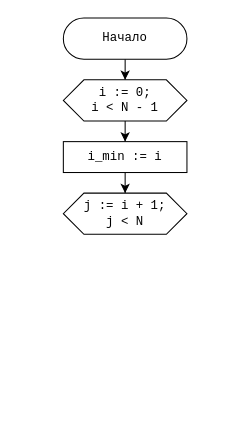
Before: lab_06_1_selection-sort.drawio in 4gottendreamer/Diagrams-drawio, a draw.io diagram. Source tidied: cells renumbered, new cells numbered last; positions are measured from the earlier drawing's top-left corner, leaving out a move shared by most shapes. Both pictures are drawn from the tidied source at 103%, with x=0, y=0 at pixel (63, 18).
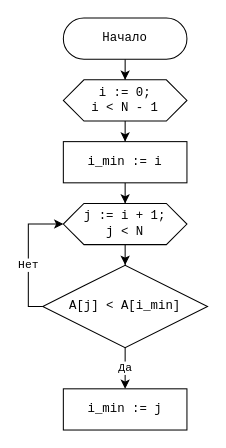
Above is the later version.

What changed in the source:
```diff
@@
 <mxGraphModel>
   <root>
     <mxCell id="0" />
     <mxCell id="1" parent="0" />
     <mxCell id="2" style="edgeStyle=orthogonalEdgeStyle;rounded=0;jettySize=auto;html=1;fontFamily=Consolas;" parent="1" edge="1" source="3" target="5">
       <mxGeometry relative="1" as="geometry" />
     </mxCell>
     <mxCell id="3" value="Начало" style="rounded=1;whiteSpace=wrap;html=1;arcSize=50;fontFamily=Consolas;" parent="1" vertex="1">
       <mxGeometry width="120" height="40" as="geometry" />
     </mxCell>
     <mxCell id="4" style="edgeStyle=orthogonalEdgeStyle;rounded=0;jettySize=auto;html=1;fontFamily=Consolas;" parent="1" edge="1" source="5" target="7">
       <mxGeometry relative="1" as="geometry" />
     </mxCell>
     <mxCell id="5" value="&lt;div&gt;i := 0;&lt;/div&gt;&lt;div&gt;i &amp;lt; N - 1&lt;/div&gt;" style="shape=hexagon;perimeter=hexagonPerimeter2;whiteSpace=wrap;html=1;fixedSize=1;rounded=1;fontFamily=Consolas;arcSize=0;" parent="1" vertex="1">
       <mxGeometry y="60" width="120" height="40" as="geometry" />
     </mxCell>
     <mxCell id="6" style="edgeStyle=orthogonalEdgeStyle;rounded=0;jettySize=auto;html=1;fontFamily=Consolas;" parent="1" edge="1" source="7" target="8">
       <mxGeometry relative="1" as="geometry" />
     </mxCell>
     <mxCell id="7" value="i_min := i" style="whiteSpace=wrap;html=1;rounded=1;fontFamily=Consolas;arcSize=0;" parent="1" vertex="1">
-      <mxGeometry y="120" width="120" height="30" as="geometry" />
+      <mxGeometry y="120" width="120" height="40" as="geometry" />
     </mxCell>
+    <mxCell id="9" style="edgeStyle=orthogonalEdgeStyle;rounded=0;jettySize=auto;html=1;fontFamily=Consolas;entryX=0.5;entryY=-0.004;entryDx=0;entryDy=0;entryPerimeter=0;" parent="1" edge="1" source="8" target="12">
+      <mxGeometry relative="1" as="geometry" />
+    </mxCell>
     <mxCell id="8" value="&lt;div&gt;j := i + 1;&lt;/div&gt;&lt;div&gt;j &amp;lt; N&lt;/div&gt;" style="shape=hexagon;perimeter=hexagonPerimeter2;whiteSpace=wrap;html=1;fixedSize=1;rounded=1;fontFamily=Consolas;arcSize=0;" parent="1" vertex="1">
-      <mxGeometry y="170" width="120" height="40" as="geometry" />
+      <mxGeometry y="180" width="120" height="40" as="geometry" />
     </mxCell>
+    <mxCell id="10" value="Да" style="edgeStyle=orthogonalEdgeStyle;rounded=0;jettySize=auto;html=1;fontFamily=Consolas;" parent="1" edge="1" source="12" target="13">
+      <mxGeometry relative="1" as="geometry" />
+    </mxCell>
+    <mxCell id="11" value="&lt;div&gt;Нет&lt;/div&gt;" style="edgeStyle=orthogonalEdgeStyle;rounded=0;jettySize=auto;html=1;fontFamily=Consolas;entryX=0;entryY=0.5;entryDx=0;entryDy=0;" parent="1" edge="1" source="12" target="8">
+      <mxGeometry x="-0.16" relative="1" as="geometry">
+        <Array as="points">
+          <mxPoint x="-34" y="280" />
+          <mxPoint x="-34" y="200" />
+        </Array>
+      </mxGeometry>
+    </mxCell>
+    <mxCell id="12" value="A[j] &amp;lt; A[i_min]" style="rhombus;whiteSpace=wrap;html=1;rounded=1;fontFamily=Consolas;arcSize=0;" parent="1" vertex="1">
+      <mxGeometry x="-20" y="240" width="160" height="80" as="geometry" />
+    </mxCell>
+    <mxCell id="13" value="i_min := j" style="whiteSpace=wrap;html=1;rounded=1;fontFamily=Consolas;arcSize=0;" parent="1" vertex="1">
+      <mxGeometry y="360" width="120" height="40" as="geometry" />
+    </mxCell>
   </root>
 </mxGraphModel>
```
